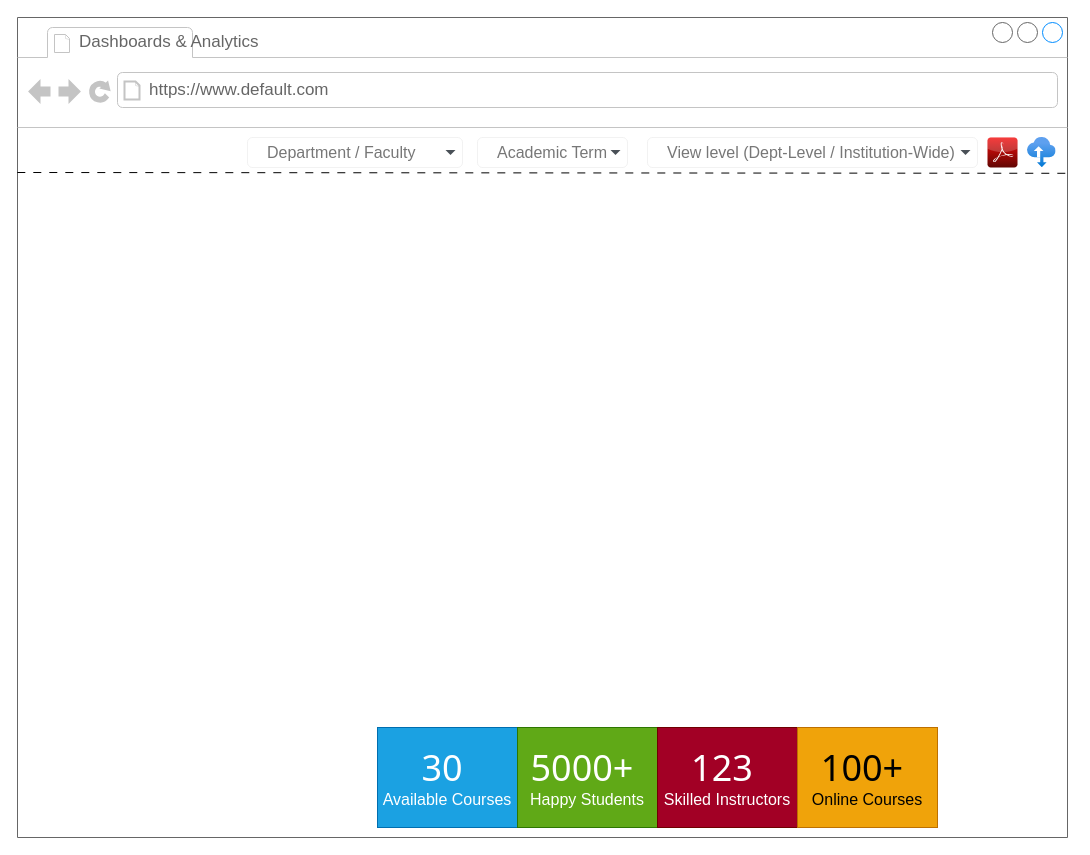
Above: page "Dashboards & Analytics" (2 of 10) of 02 - LMS-SysCollege/04 - UI_Designs/WireFrame.drawio in ZohaibWaqarMalik/Technical-Business-Analyst-Projects (draw.io), before the change. Source tidied: cells renumbered, new cells numbered last; positions are measured from the earlier drawing's top-left corner, leaving out a move shared by most shapes. Both pictures are drawn from the tidied source at 100%, with x=0, y=0 at pixel (17, 17).
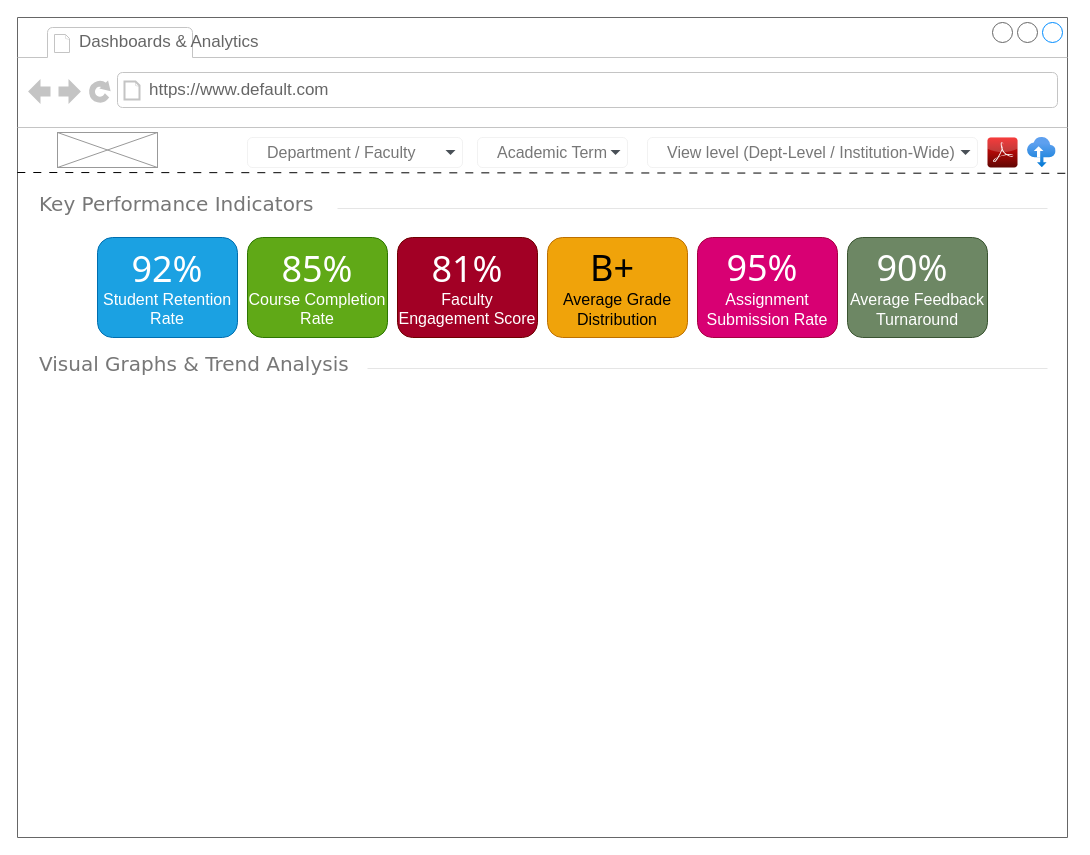
The same diagram, later.

Commit message (it also covers changes not shown here):
Update Wireframe Dashboard & Analytics

The change refers to these unchanged cells:
```xml
<mxCell id="2" style="strokeWidth=1;shadow=0;dashed=0;align=center;html=1;shape=mxgraph.mockup.containers.browserWindow;rSize=0;strokeColor=#666666;mainText=,;rounded=0;labelBackgroundColor=none;fontFamily=Verdana;fontSize=12;" parent="1" vertex="1">
  <mxGeometry width="1050" height="820" as="geometry" />
</mxCell>
```

The edit, as a diff of the source:
```diff
@@
-    <mxCell id="5" value="&lt;font style=&quot;font-size: 36px;&quot;&gt;&lt;font face=&quot;Tahoma&quot;&gt;30&lt;/font&gt;&amp;nbsp;&lt;/font&gt;&lt;div&gt;&lt;font style=&quot;font-size: 16px;&quot;&gt;Available Courses&lt;/font&gt;&lt;/div&gt;" style="rounded=0;whiteSpace=wrap;html=1;fillColor=#1ba1e2;strokeColor=#006EAF;fontColor=#ffffff;" parent="2" vertex="1">
-      <mxGeometry x="360" y="710" width="140" height="100" as="geometry" />
+    <mxCell id="5" value="&lt;font face=&quot;Tahoma&quot;&gt;&lt;span style=&quot;font-size: 36px;&quot;&gt;92%&lt;/span&gt;&lt;/font&gt;&lt;br&gt;&lt;div&gt;&lt;font style=&quot;font-size: 16px;&quot;&gt;Student Retention Rate&lt;/font&gt;&lt;/div&gt;" style="rounded=1;whiteSpace=wrap;html=1;fillColor=#1ba1e2;strokeColor=#006EAF;fontColor=#ffffff;" parent="2" vertex="1">
+      <mxGeometry x="80" y="220" width="140" height="100" as="geometry" />
     </mxCell>
-    <mxCell id="6" value="&lt;font style=&quot;font-size: 36px;&quot;&gt;&lt;font face=&quot;Tahoma&quot;&gt;5000+&lt;/font&gt;&amp;nbsp;&lt;/font&gt;&lt;div&gt;&lt;font style=&quot;font-size: 16px;&quot;&gt;Happy Students&lt;/font&gt;&lt;/div&gt;" style="rounded=0;whiteSpace=wrap;html=1;fillColor=#60a917;strokeColor=#2D7600;fontColor=#ffffff;" parent="2" vertex="1">
-      <mxGeometry x="500" y="710" width="140" height="100" as="geometry" />
+    <mxCell id="6" value="&lt;font face=&quot;Tahoma&quot;&gt;&lt;span style=&quot;font-size: 36px;&quot;&gt;85%&lt;/span&gt;&lt;/font&gt;&lt;br&gt;&lt;div&gt;&lt;font style=&quot;font-size: 16px;&quot;&gt;Course Completion Rate&lt;/font&gt;&lt;/div&gt;" style="rounded=1;whiteSpace=wrap;html=1;fillColor=#60a917;strokeColor=#2D7600;fontColor=#ffffff;" parent="2" vertex="1">
+      <mxGeometry x="230" y="220" width="140" height="100" as="geometry" />
     </mxCell>
-    <mxCell id="7" value="&lt;font style=&quot;font-size: 36px;&quot;&gt;&lt;font face=&quot;Tahoma&quot;&gt;123&lt;/font&gt;&amp;nbsp;&lt;/font&gt;&lt;div&gt;&lt;font style=&quot;font-size: 16px;&quot;&gt;Skilled Instructors&lt;/font&gt;&lt;/div&gt;" style="rounded=0;whiteSpace=wrap;html=1;fillColor=#a20025;strokeColor=#6F0000;fontColor=#ffffff;" parent="2" vertex="1">
-      <mxGeometry x="640" y="710" width="140" height="100" as="geometry" />
+    <mxCell id="7" value="&lt;font face=&quot;Tahoma&quot;&gt;&lt;span style=&quot;font-size: 36px;&quot;&gt;81%&lt;/span&gt;&lt;/font&gt;&lt;br&gt;&lt;div&gt;&lt;font style=&quot;font-size: 16px;&quot;&gt;Faculty Engagement Score&lt;/font&gt;&lt;/div&gt;" style="rounded=1;whiteSpace=wrap;html=1;fillColor=#a20025;strokeColor=#6F0000;fontColor=#ffffff;" parent="2" vertex="1">
+      <mxGeometry x="380" y="220" width="140" height="100" as="geometry" />
     </mxCell>
-    <mxCell id="8" value="&lt;font style=&quot;font-size: 36px;&quot;&gt;&lt;font face=&quot;Tahoma&quot;&gt;100+&lt;/font&gt;&amp;nbsp;&lt;/font&gt;&lt;div&gt;&lt;font style=&quot;font-size: 16px;&quot;&gt;Online Courses&lt;/font&gt;&lt;/div&gt;" style="rounded=0;whiteSpace=wrap;html=1;fillColor=#f0a30a;strokeColor=#BD7000;fontColor=#000000;" parent="2" vertex="1">
-      <mxGeometry x="780" y="710" width="140" height="100" as="geometry" />
+    <mxCell id="8" value="&lt;font style=&quot;font-size: 36px;&quot;&gt;&lt;font face=&quot;Tahoma&quot;&gt;B+&lt;/font&gt;&amp;nbsp;&lt;/font&gt;&lt;div&gt;&lt;font style=&quot;font-size: 16px;&quot;&gt;Average Grade Distribution&lt;/font&gt;&lt;/div&gt;" style="rounded=1;whiteSpace=wrap;html=1;fillColor=#f0a30a;strokeColor=#BD7000;fontColor=#000000;" parent="2" vertex="1">
+      <mxGeometry x="530" y="220" width="140" height="100" as="geometry" />
     </mxCell>
@@
+    <mxCell id="18" value="&lt;font style=&quot;font-size: 36px;&quot;&gt;&lt;font face=&quot;Tahoma&quot;&gt;95%&lt;/font&gt;&amp;nbsp;&lt;/font&gt;&lt;div&gt;&lt;font style=&quot;font-size: 16px;&quot;&gt;Assignment Submission Rate&lt;/font&gt;&lt;/div&gt;" style="rounded=1;whiteSpace=wrap;html=1;fillColor=#d80073;strokeColor=#A50040;fontColor=#ffffff;" parent="2" vertex="1">
+      <mxGeometry x="680" y="220" width="140" height="100" as="geometry" />
+    </mxCell>
+    <mxCell id="19" value="&lt;font style=&quot;font-size: 36px;&quot;&gt;&lt;font face=&quot;Tahoma&quot;&gt;90%&lt;/font&gt;&amp;nbsp;&lt;/font&gt;&lt;div&gt;&lt;font style=&quot;font-size: 16px;&quot;&gt;Average Feedback Turnaround&lt;/font&gt;&lt;/div&gt;" style="rounded=1;whiteSpace=wrap;html=1;fillColor=#6d8764;strokeColor=#3A5431;fontColor=#ffffff;" parent="2" vertex="1">
+      <mxGeometry x="830" y="220" width="140" height="100" as="geometry" />
+    </mxCell>
+    <mxCell id="20" style="verticalLabelPosition=bottom;shadow=0;dashed=0;align=center;html=1;verticalAlign=top;strokeWidth=1;shape=mxgraph.mockup.graphics.simpleIcon;strokeColor=#999999;fillColor=#ffffff;rounded=0;labelBackgroundColor=none;fontFamily=Verdana;fontSize=12;fontColor=#000000;" parent="2" vertex="1">
+      <mxGeometry x="40" y="115" width="100" height="35" as="geometry" />
+    </mxCell>
+    <mxCell id="21" value="&lt;font style=&quot;font-size: 20px;&quot;&gt;Key Performance Indicators&lt;/font&gt;" style="text;html=1;align=left;verticalAlign=middle;spacingTop=-4;fontSize=30;fontFamily=Verdana;fontColor=#777777;" parent="2" vertex="1">
+      <mxGeometry x="20" y="170" width="206.5" height="30" as="geometry" />
+    </mxCell>
+    <mxCell id="22" style="dashed=0;shape=line;strokeWidth=1;noLabel=1;strokeColor=#cccccc;opacity=50;fontSize=14;" parent="2" vertex="1">
+      <mxGeometry x="320" y="186" width="710" height="10" as="geometry" />
+    </mxCell>
+    <mxCell id="23" value="&lt;font style=&quot;font-size: 20px;&quot;&gt;Visual Graphs &amp;amp; Trend Analysis&lt;/font&gt;" style="text;html=1;align=left;verticalAlign=middle;spacingTop=-4;fontSize=30;fontFamily=Verdana;fontColor=#777777;" parent="2" vertex="1">
+      <mxGeometry x="20" y="330" width="206.5" height="30" as="geometry" />
+    </mxCell>
+    <mxCell id="24" style="dashed=0;shape=line;strokeWidth=1;noLabel=1;strokeColor=#cccccc;opacity=50;fontSize=14;" parent="2" vertex="1">
+      <mxGeometry x="350" y="346" width="680" height="10" as="geometry" />
+    </mxCell>
```
